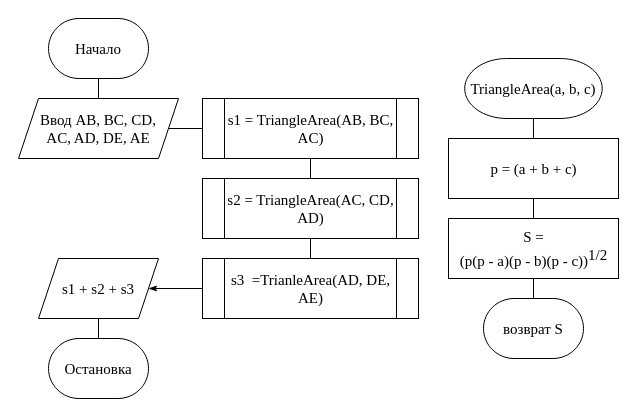
The draw.io diagram Example 9.drawio in lenferer/draw.io, before the edit. Source tidied: cells renumbered, new cells numbered last; positions are measured from the earlier drawing's top-left corner, leaving out a move shared by most shapes. Both pictures are drawn from the tidied source at 100%, with x=0, y=0 at pixel (18, 18).
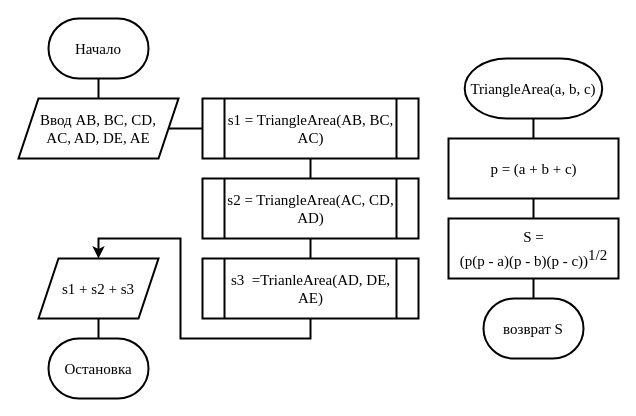
After the change.

Diff of the diagram source:
```diff
@@
-    <mxCell id="2" value="Начало" style="strokeWidth=1;html=1;shape=mxgraph.flowchart.terminator;whiteSpace=wrap;fontFamily=Times New Roman;fontSize=15;fontStyle=0;" parent="1" vertex="1">
+    <mxCell id="2" value="Начало" style="strokeWidth=2;html=1;shape=mxgraph.flowchart.terminator;whiteSpace=wrap;fontFamily=Times New Roman;fontSize=15;fontStyle=0;" parent="1" vertex="1">
       <mxGeometry x="30" width="100" height="60" as="geometry" />
     </mxCell>
-    <mxCell id="3" value="Ввод AB, BC, CD,&lt;br style=&quot;font-size: 15px;&quot;&gt;AC, AD, DE, AE" style="shape=parallelogram;perimeter=parallelogramPerimeter;whiteSpace=wrap;html=1;fixedSize=1;strokeWidth=1;fontFamily=Times New Roman;fontSize=15;fontStyle=0;" parent="1" vertex="1">
+    <mxCell id="3" value="Ввод AB, BC, CD,&lt;br style=&quot;font-size: 15px;&quot;&gt;AC, AD, DE, AE" style="shape=parallelogram;perimeter=parallelogramPerimeter;whiteSpace=wrap;html=1;fixedSize=1;strokeWidth=2;fontFamily=Times New Roman;fontSize=15;fontStyle=0;" parent="1" vertex="1">
       <mxGeometry y="80" width="160" height="60" as="geometry" />
     </mxCell>
-    <mxCell id="4" value="s1 = TriangleArea(AB, BC, AC)" style="shape=process;whiteSpace=wrap;html=1;backgroundOutline=1;strokeWidth=1;fontFamily=Times New Roman;fontSize=15;fontStyle=0;" parent="1" vertex="1">
+    <mxCell id="4" value="s1 = TriangleArea(AB, BC, AC)" style="shape=process;whiteSpace=wrap;html=1;backgroundOutline=1;strokeWidth=2;fontFamily=Times New Roman;fontSize=15;fontStyle=0;" parent="1" vertex="1">
       <mxGeometry x="184" y="80" width="216" height="60" as="geometry" />
     </mxCell>
-    <mxCell id="5" value="s1 + s2 + s3" style="shape=parallelogram;perimeter=parallelogramPerimeter;whiteSpace=wrap;html=1;fixedSize=1;strokeWidth=1;fontFamily=Times New Roman;fontSize=15;fontStyle=0;" parent="1" vertex="1">
+    <mxCell id="5" value="s1 + s2 + s3" style="shape=parallelogram;perimeter=parallelogramPerimeter;whiteSpace=wrap;html=1;fixedSize=1;strokeWidth=2;fontFamily=Times New Roman;fontSize=15;fontStyle=0;" parent="1" vertex="1">
       <mxGeometry x="20" y="240" width="120" height="60" as="geometry" />
     </mxCell>
-    <mxCell id="6" value="Остановка" style="strokeWidth=1;html=1;shape=mxgraph.flowchart.terminator;whiteSpace=wrap;fontFamily=Times New Roman;fontSize=15;fontStyle=0;" parent="1" vertex="1">
+    <mxCell id="6" value="Остановка" style="strokeWidth=2;html=1;shape=mxgraph.flowchart.terminator;whiteSpace=wrap;fontFamily=Times New Roman;fontSize=15;fontStyle=0;" parent="1" vertex="1">
       <mxGeometry x="30" y="320" width="100" height="60" as="geometry" />
     </mxCell>
-    <mxCell id="7" value="TriangleArea(a, b, c)" style="strokeWidth=1;html=1;shape=mxgraph.flowchart.terminator;whiteSpace=wrap;fontFamily=Times New Roman;fontSize=15;fontStyle=0;" parent="1" vertex="1">
+    <mxCell id="7" value="TriangleArea(a, b, c)" style="strokeWidth=2;html=1;shape=mxgraph.flowchart.terminator;whiteSpace=wrap;fontFamily=Times New Roman;fontSize=15;fontStyle=0;" parent="1" vertex="1">
       <mxGeometry x="446.2" y="40" width="137.5" height="60" as="geometry" />
     </mxCell>
-    <mxCell id="8" value="возврат S" style="strokeWidth=1;html=1;shape=mxgraph.flowchart.terminator;whiteSpace=wrap;fontFamily=Times New Roman;fontSize=15;fontStyle=0;" parent="1" vertex="1">
+    <mxCell id="8" value="возврат S" style="strokeWidth=2;html=1;shape=mxgraph.flowchart.terminator;whiteSpace=wrap;fontFamily=Times New Roman;fontSize=15;fontStyle=0;" parent="1" vertex="1">
       <mxGeometry x="465" y="280" width="100" height="60" as="geometry" />
     </mxCell>
-    <mxCell id="9" value="p = (a + b + c)" style="html=1;dashed=0;whitespace=wrap;strokeWidth=1;fontFamily=Times New Roman;fontSize=15;fontStyle=0;" parent="1" vertex="1">
+    <mxCell id="9" value="p = (a + b + c)" style="html=1;dashed=0;whitespace=wrap;strokeWidth=2;fontFamily=Times New Roman;fontSize=15;fontStyle=0;" parent="1" vertex="1">
       <mxGeometry x="430" y="120" width="170" height="60" as="geometry" />
     </mxCell>
-    <mxCell id="10" value="&lt;div style=&quot;font-size: 15px;&quot;&gt;S = &lt;br style=&quot;font-size: 15px;&quot;&gt;&lt;/div&gt;&lt;div style=&quot;font-size: 15px;&quot;&gt;(p(p - a)(p - b)(p - c))&lt;sup style=&quot;font-size: 15px;&quot;&gt;1/2&lt;/sup&gt;&lt;/div&gt;" style="html=1;dashed=0;whitespace=wrap;strokeWidth=1;fontFamily=Times New Roman;fontSize=15;fontStyle=0;" parent="1" vertex="1">
+    <mxCell id="10" value="&lt;div style=&quot;font-size: 15px;&quot;&gt;S = &lt;br style=&quot;font-size: 15px;&quot;&gt;&lt;/div&gt;&lt;div style=&quot;font-size: 15px;&quot;&gt;(p(p - a)(p - b)(p - c))&lt;sup style=&quot;font-size: 15px;&quot;&gt;1/2&lt;/sup&gt;&lt;/div&gt;" style="html=1;dashed=0;whitespace=wrap;strokeWidth=2;fontFamily=Times New Roman;fontSize=15;fontStyle=0;" parent="1" vertex="1">
       <mxGeometry x="430" y="200" width="170" height="60" as="geometry" />
     </mxCell>
-    <mxCell id="11" value="s2 = TriangleArea(AC, CD, AD)" style="shape=process;whiteSpace=wrap;html=1;backgroundOutline=1;strokeWidth=1;fontFamily=Times New Roman;fontSize=15;fontStyle=0;" parent="1" vertex="1">
+    <mxCell id="11" value="s2 = TriangleArea(AC, CD, AD)" style="shape=process;whiteSpace=wrap;html=1;backgroundOutline=1;strokeWidth=2;fontFamily=Times New Roman;fontSize=15;fontStyle=0;" parent="1" vertex="1">
       <mxGeometry x="184" y="160" width="216" height="60" as="geometry" />
     </mxCell>
+    <mxCell id="21" style="edgeStyle=orthogonalEdgeStyle;rounded=0;jettySize=auto;html=1;exitX=0.5;exitY=1;exitDx=0;exitDy=0;entryX=0.5;entryY=0;entryDx=0;entryDy=0;strokeWidth=2;" parent="1" edge="1" source="12" target="5">
+      <mxGeometry relative="1" as="geometry" />
+    </mxCell>
-    <mxCell id="12" value="s3&amp;nbsp; =TrianleArea(AD, DE, AE)" style="shape=process;whiteSpace=wrap;html=1;backgroundOutline=1;strokeWidth=1;fontFamily=Times New Roman;fontSize=15;fontStyle=0;" parent="1" vertex="1">
+    <mxCell id="12" value="s3&amp;nbsp; =TrianleArea(AD, DE, AE)" style="shape=process;whiteSpace=wrap;html=1;backgroundOutline=1;strokeWidth=2;fontFamily=Times New Roman;fontSize=15;fontStyle=0;" parent="1" vertex="1">
       <mxGeometry x="184" y="240" width="216" height="60" as="geometry" />
     </mxCell>
-    <mxCell id="13" style="endArrow=none;html=1;entryX=0.5;entryY=1;entryDx=0;entryDy=0;entryPerimeter=0;exitX=0.5;exitY=0;exitDx=0;exitDy=0;strokeWidth=1;fontFamily=Times New Roman;fontSize=15;fontStyle=0;" parent="1" edge="1" source="3" target="2">
+    <mxCell id="13" style="endArrow=none;html=1;entryX=0.5;entryY=1;entryDx=0;entryDy=0;entryPerimeter=0;exitX=0.5;exitY=0;exitDx=0;exitDy=0;strokeWidth=2;fontFamily=Times New Roman;fontSize=15;fontStyle=0;" parent="1" edge="1" source="3" target="2">
       <mxGeometry relative="1" as="geometry" />
     </mxCell>
-    <mxCell id="14" style="endArrow=none;html=1;entryX=1;entryY=0.5;entryDx=0;entryDy=0;exitX=0;exitY=0.5;exitDx=0;exitDy=0;strokeWidth=1;fontFamily=Times New Roman;fontSize=15;fontStyle=0;" parent="1" edge="1" source="4" target="3">
+    <mxCell id="14" style="endArrow=none;html=1;entryX=1;entryY=0.5;entryDx=0;entryDy=0;exitX=0;exitY=0.5;exitDx=0;exitDy=0;strokeWidth=2;fontFamily=Times New Roman;fontSize=15;fontStyle=0;" parent="1" edge="1" source="4" target="3">
       <mxGeometry relative="1" as="geometry" />
     </mxCell>
-    <mxCell id="15" style="endArrow=none;html=1;entryX=0.5;entryY=1;entryDx=0;entryDy=0;exitX=0.5;exitY=0;exitDx=0;exitDy=0;strokeWidth=1;fontFamily=Times New Roman;fontSize=15;fontStyle=0;" parent="1" edge="1" source="11" target="4">
+    <mxCell id="15" style="endArrow=none;html=1;entryX=0.5;entryY=1;entryDx=0;entryDy=0;exitX=0.5;exitY=0;exitDx=0;exitDy=0;strokeWidth=2;fontFamily=Times New Roman;fontSize=15;fontStyle=0;" parent="1" edge="1" source="11" target="4">
       <mxGeometry relative="1" as="geometry" />
     </mxCell>
-    <mxCell id="16" style="endArrow=none;html=1;entryX=0.5;entryY=1;entryDx=0;entryDy=0;exitX=0.5;exitY=0;exitDx=0;exitDy=0;strokeWidth=1;fontFamily=Times New Roman;fontSize=15;fontStyle=0;" parent="1" edge="1" source="12" target="11">
+    <mxCell id="16" style="endArrow=none;html=1;entryX=0.5;entryY=1;entryDx=0;entryDy=0;exitX=0.5;exitY=0;exitDx=0;exitDy=0;strokeWidth=2;fontFamily=Times New Roman;fontSize=15;fontStyle=0;" parent="1" edge="1" source="12" target="11">
       <mxGeometry relative="1" as="geometry" />
     </mxCell>
-    <mxCell id="17" style="endArrow=none;html=1;exitX=0.5;exitY=0;exitDx=0;exitDy=0;exitPerimeter=0;strokeWidth=1;fontFamily=Times New Roman;fontSize=15;fontStyle=0;" parent="1" edge="1" source="6" target="5">
+    <mxCell id="17" style="endArrow=none;html=1;exitX=0.5;exitY=0;exitDx=0;exitDy=0;exitPerimeter=0;strokeWidth=2;fontFamily=Times New Roman;fontSize=15;fontStyle=0;" parent="1" edge="1" source="6" target="5">
       <mxGeometry relative="1" as="geometry" />
     </mxCell>
-    <mxCell id="18" style="endArrow=none;html=1;entryX=0.5;entryY=1;entryDx=0;entryDy=0;entryPerimeter=0;strokeWidth=1;fontFamily=Times New Roman;fontSize=15;fontStyle=0;" parent="1" edge="1" source="9" target="7">
+    <mxCell id="18" style="endArrow=none;html=1;entryX=0.5;entryY=1;entryDx=0;entryDy=0;entryPerimeter=0;strokeWidth=2;fontFamily=Times New Roman;fontSize=15;fontStyle=0;" parent="1" edge="1" source="9" target="7">
       <mxGeometry relative="1" as="geometry" />
     </mxCell>
-    <mxCell id="19" style="endArrow=none;html=1;entryX=0.5;entryY=1;entryDx=0;entryDy=0;exitX=0.5;exitY=0;exitDx=0;exitDy=0;strokeWidth=1;fontFamily=Times New Roman;fontSize=15;fontStyle=0;" parent="1" edge="1" source="10" target="9">
+    <mxCell id="19" style="endArrow=none;html=1;entryX=0.5;entryY=1;entryDx=0;entryDy=0;exitX=0.5;exitY=0;exitDx=0;exitDy=0;strokeWidth=2;fontFamily=Times New Roman;fontSize=15;fontStyle=0;" parent="1" edge="1" source="10" target="9">
       <mxGeometry relative="1" as="geometry" />
     </mxCell>
-    <mxCell id="20" style="endArrow=none;html=1;entryX=0.5;entryY=1;entryDx=0;entryDy=0;exitX=0.5;exitY=0;exitDx=0;exitDy=0;exitPerimeter=0;strokeWidth=1;fontFamily=Times New Roman;fontSize=15;fontStyle=0;" parent="1" edge="1" source="8" target="10">
+    <mxCell id="20" style="endArrow=none;html=1;entryX=0.5;entryY=1;entryDx=0;entryDy=0;exitX=0.5;exitY=0;exitDx=0;exitDy=0;exitPerimeter=0;strokeWidth=2;fontFamily=Times New Roman;fontSize=15;fontStyle=0;" parent="1" edge="1" source="8" target="10">
       <mxGeometry relative="1" as="geometry" />
     </mxCell>
-    <mxCell id="21" style="endArrow=classicThin;html=1;entryX=1;entryY=0.5;entryDx=0;entryDy=0;exitX=0;exitY=0.5;exitDx=0;exitDy=0;strokeWidth=1;endFill=1;fontFamily=Times New Roman;fontSize=15;fontStyle=0;" parent="1" edge="1" source="12" target="5">
-      <mxGeometry relative="1" as="geometry" />
-    </mxCell>
```
